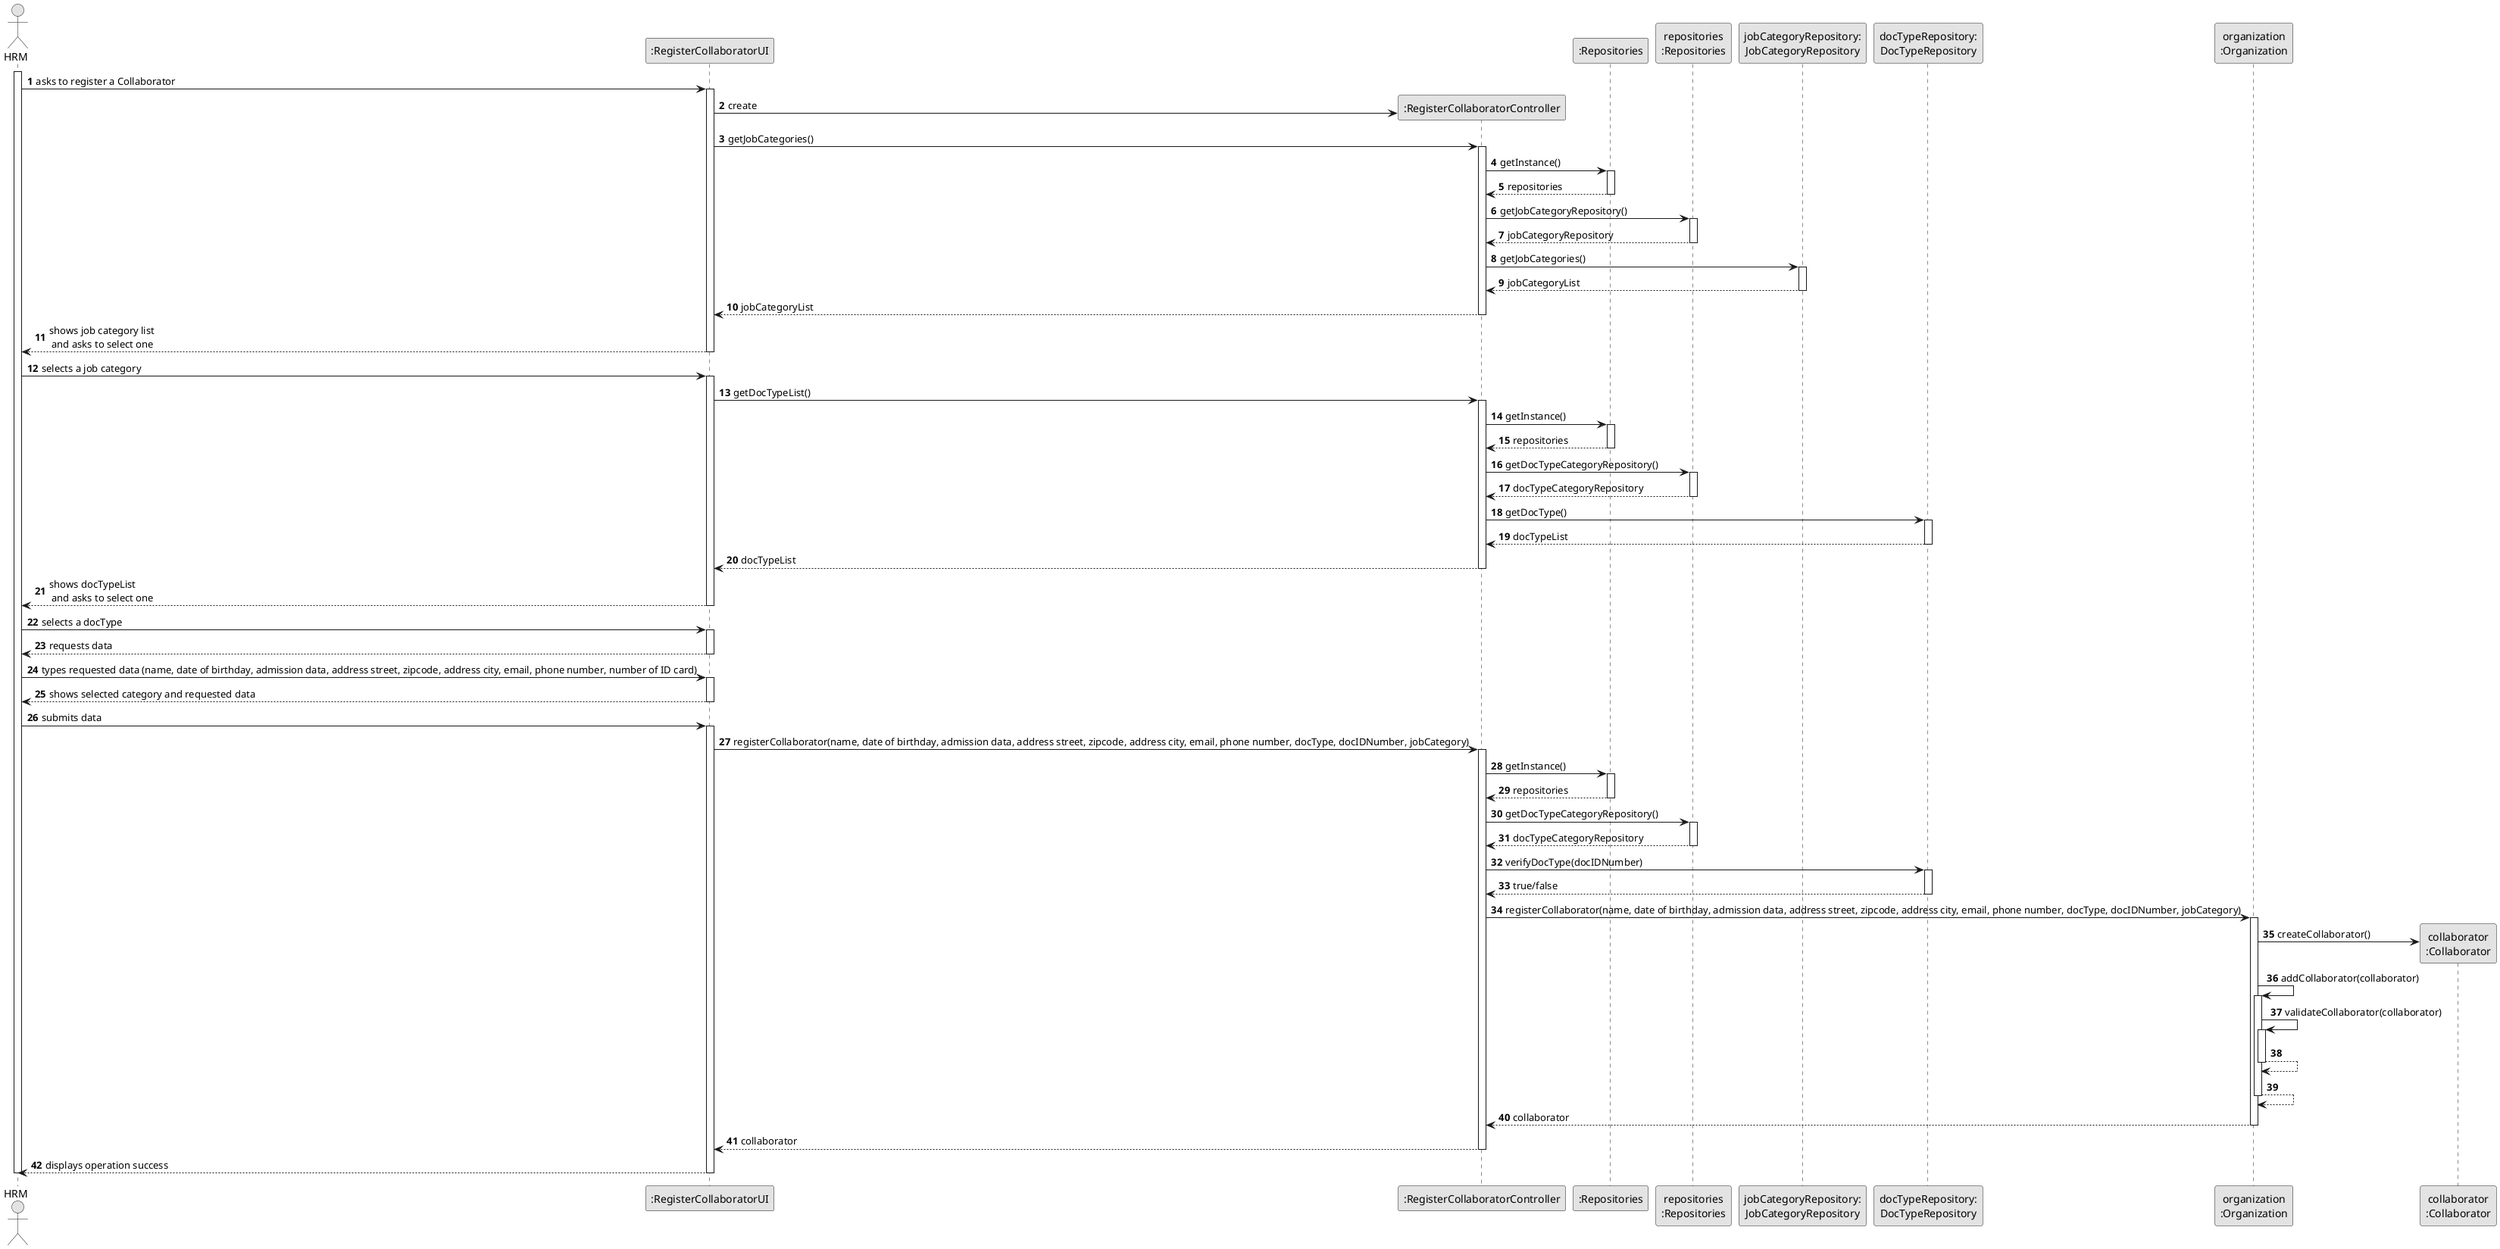
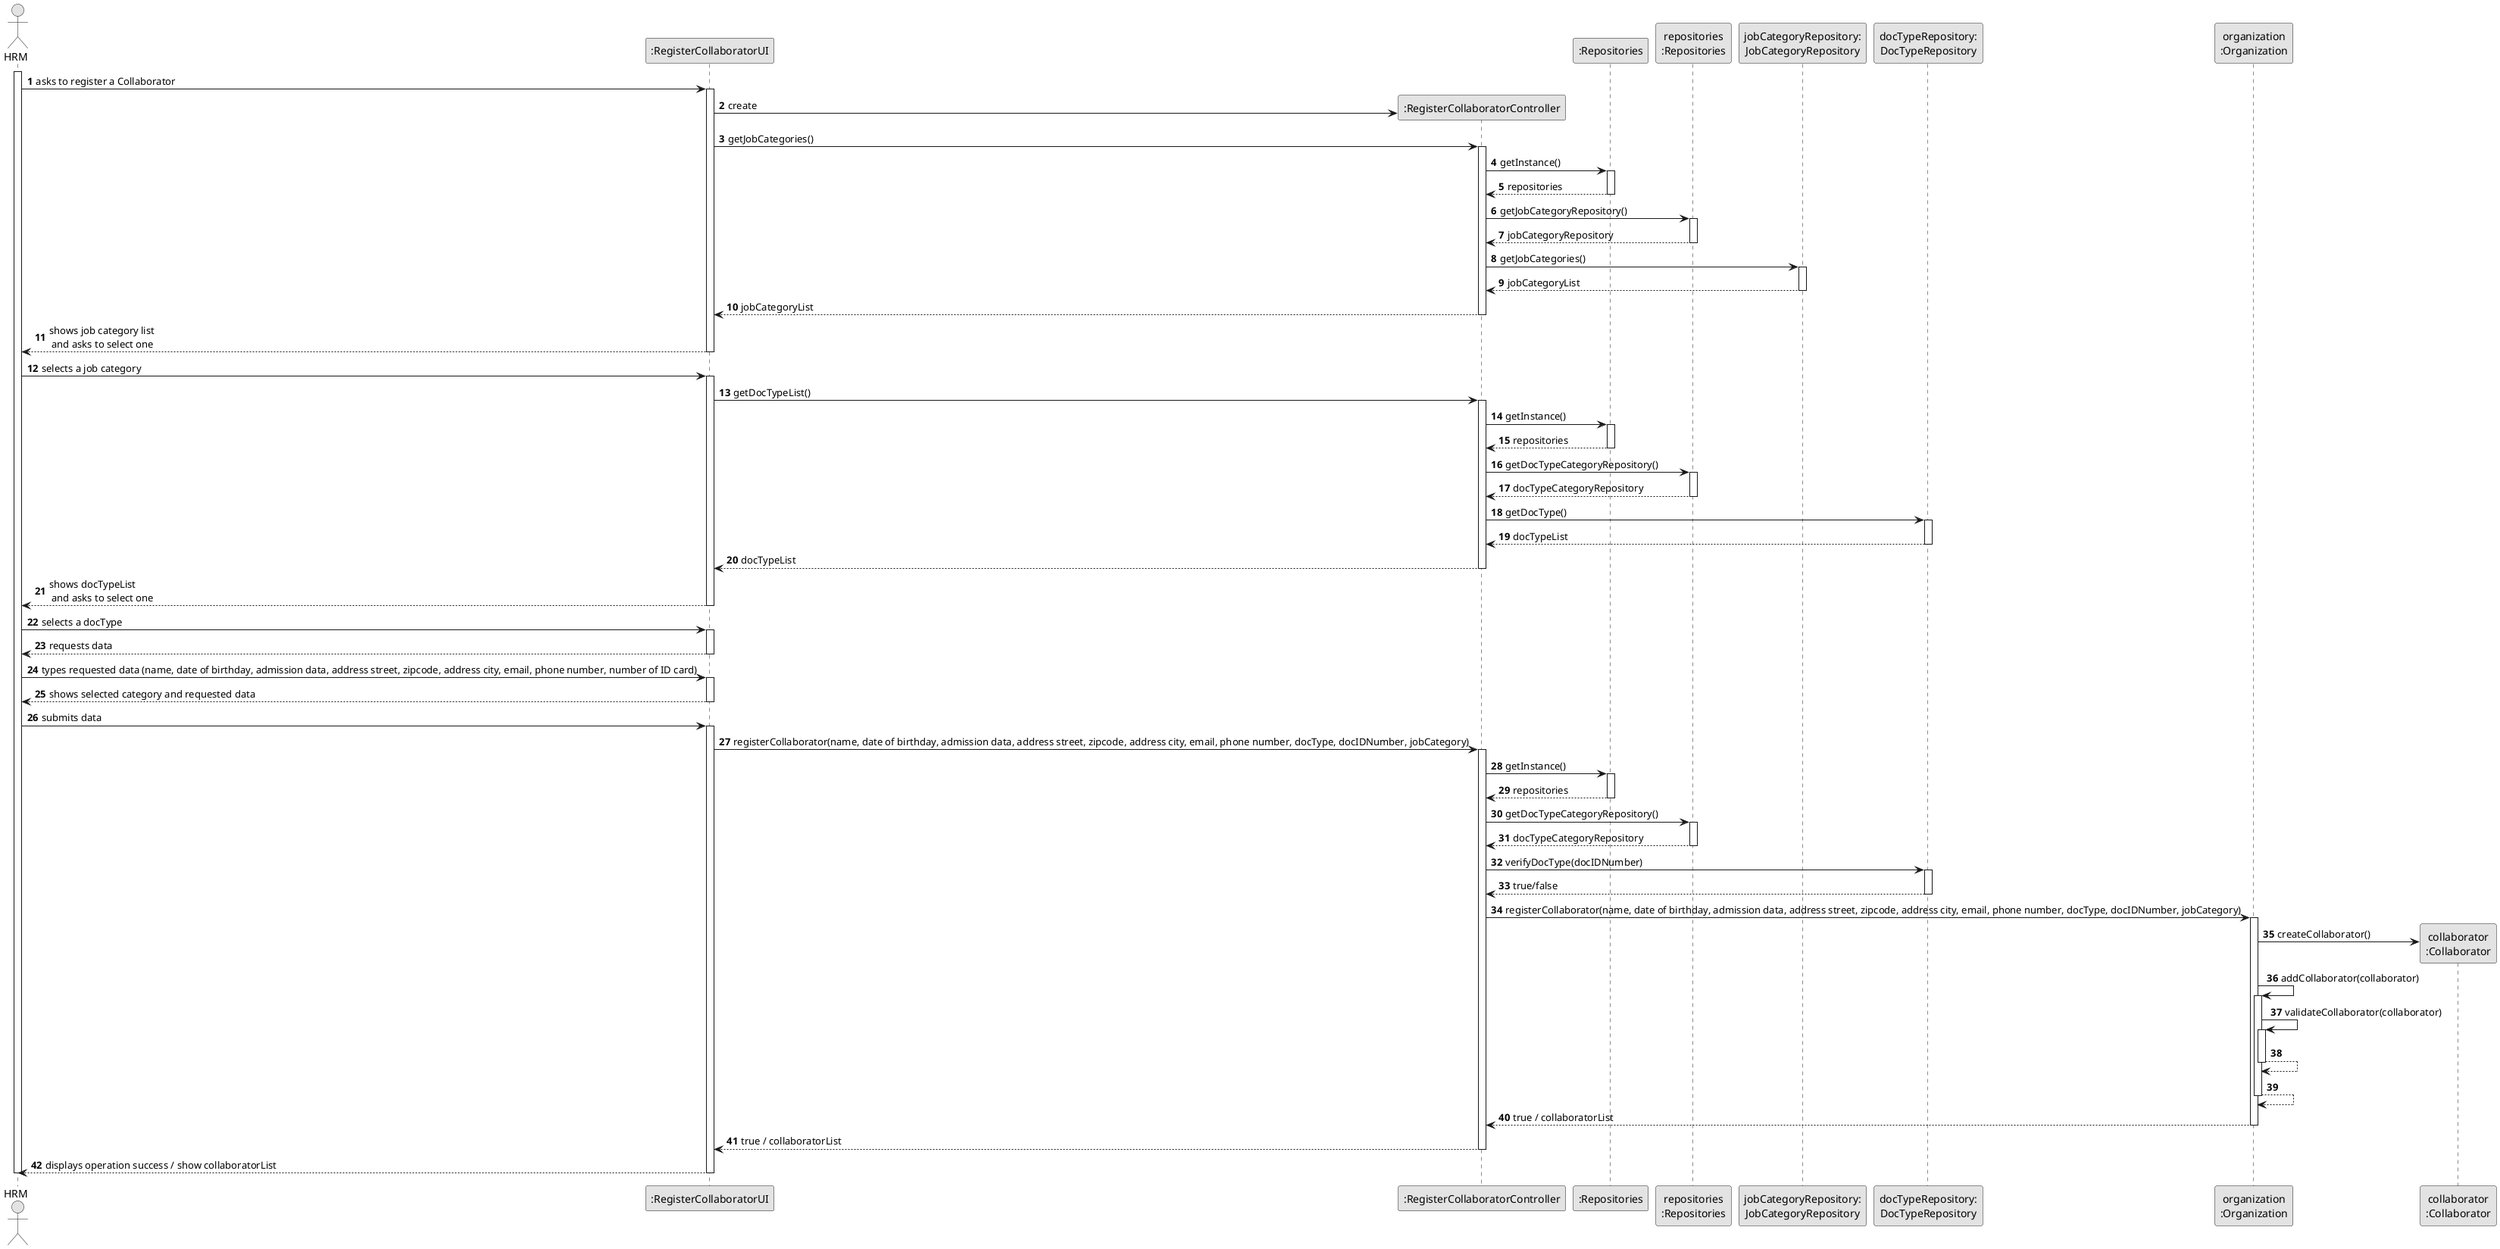
@startuml
skinparam monochrome true
skinparam packageStyle rectangle
skinparam shadowing false

autonumber

'hide footbox
actor "HRM" as HRM
participant ":RegisterCollaboratorUI" as UI
participant ":RegisterCollaboratorController" as CTRL
participant ":Repositories" as RepositorySingleton
participant "repositories\n:Repositories" as PLAT
participant "jobCategoryRepository:\nJobCategoryRepository" as JobCategoryRepository
participant "docTypeRepository:\nDocTypeRepository" as DocTypeRepository
participant "organization\n:Organization" as ORG
participant "collaborator\n:Collaborator" as Collaborator

activate HRM

        HRM -> UI : asks to register a Collaborator

        activate UI

'            UI --> HRM : requests data (reference, description,  informal \n description, technical description, duration, cost)
            'create CTRL
            UI -> CTRL** : create

            UI -> CTRL : getJobCategories()
            activate CTRL

                CTRL -> RepositorySingleton : getInstance()
                activate RepositorySingleton

                    RepositorySingleton --> CTRL: repositories
                deactivate RepositorySingleton

                CTRL -> PLAT : getJobCategoryRepository()
                activate PLAT

                    PLAT --> CTRL: jobCategoryRepository
                deactivate PLAT

                CTRL -> JobCategoryRepository : getJobCategories()
                activate JobCategoryRepository

                    JobCategoryRepository --> CTRL : jobCategoryList
                deactivate JobCategoryRepository

                CTRL --> UI : jobCategoryList
            deactivate CTRL

            UI --> HRM : shows job category list\n and asks to select one
        deactivate UI

    HRM -> UI : selects a job category
    activate UI






    UI -> CTRL : getDocTypeList()
                activate CTRL

                    CTRL -> RepositorySingleton : getInstance()
                    activate RepositorySingleton

                        RepositorySingleton --> CTRL: repositories
                    deactivate RepositorySingleton

                    CTRL -> PLAT : getDocTypeCategoryRepository()
                    activate PLAT

                        PLAT --> CTRL: docTypeCategoryRepository
                    deactivate PLAT

                    CTRL -> DocTypeRepository : getDocType()
                    activate DocTypeRepository

                        DocTypeRepository --> CTRL : docTypeList
                    deactivate DocTypeRepository

    CTRL --> UI : docTypeList
    deactivate CTRL



    UI --> HRM : shows docTypeList\n and asks to select one
    deactivate UI

    HRM -> UI : selects a docType
    activate UI


    UI --> HRM : requests data
    deactivate UI








    HRM -> UI : types requested data (name, date of birthday, admission data, address street, zipcode, address city, email, phone number, number of ID card)
    activate UI

        UI --> HRM : shows selected category and requested data
    deactivate UI

    HRM -> UI : submits data
    activate UI

        UI -> CTRL : registerCollaborator(name, date of birthday, admission data, address street, zipcode, address city, email, phone number, docType, docIDNumber, jobCategory)
        activate CTRL


                            CTRL -> RepositorySingleton : getInstance()
                            activate RepositorySingleton

                                RepositorySingleton --> CTRL: repositories
                            deactivate RepositorySingleton

                            CTRL -> PLAT : getDocTypeCategoryRepository()
                            activate PLAT

                                PLAT --> CTRL: docTypeCategoryRepository
                            deactivate PLAT

                            CTRL -> DocTypeRepository : verifyDocType(docIDNumber)
                            activate DocTypeRepository

                                DocTypeRepository --> CTRL : true/false
                            deactivate DocTypeRepository



            CTRL -> ORG: registerCollaborator(name, date of birthday, admission data, address street, zipcode, address city, email, phone number, docType, docIDNumber, jobCategory)
            activate ORG

                ORG -> Collaborator**: createCollaborator()
                ORG -> ORG: addCollaborator(collaborator)


                activate ORG
                    ORG -> ORG: validateCollaborator(collaborator)
                    activate ORG
                        ORG --> ORG
                    deactivate ORG

                    ORG --> ORG
                deactivate ORG

-                 ORG --> CTRL : collaborator
+                 ORG --> CTRL : true / collaboratorList

            deactivate ORG

-             CTRL --> UI: collaborator
+             CTRL --> UI: true / collaboratorList
            deactivate CTRL
-             UI --> HRM : displays operation success
+             UI --> HRM : displays operation success / show collaboratorList
    deactivate UI

deactivate HRM

@enduml